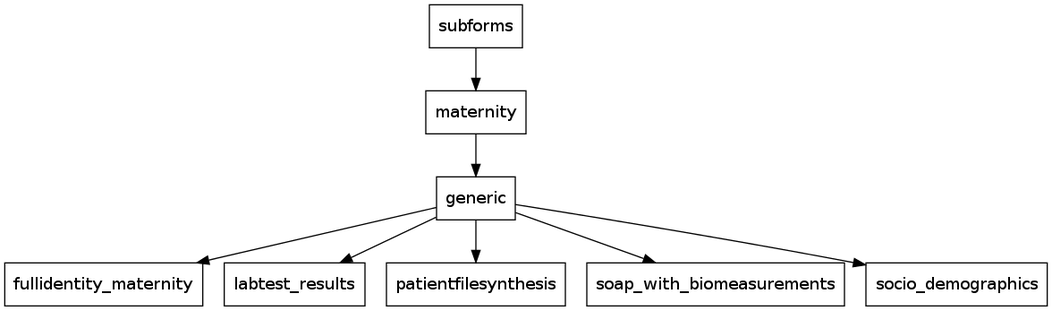
Before: dot/subforms.png, a diagram exported from Graphviz (maternite/maternite.github.io). Its source is kept beside it as dot/subforms.gv. Its diagram source:
```dot
digraph Subforms {
    subforms [shape=box];
    maternity [shape=box];
    generic [shape=box];

    fullidentity_maternity [shape=box];
    labtest_results [shape=box];
    patientfilesynthesis [shape=box];
    soap_with_biomeasurements [shape=box];
    socio_demographics [shape=box];

    subforms -> maternity -> generic

    generic ->
    {fullidentity_maternity;labtest_results;patientfilesynthesis;soap_with_biomeasurements;socio_demographics}

}
```
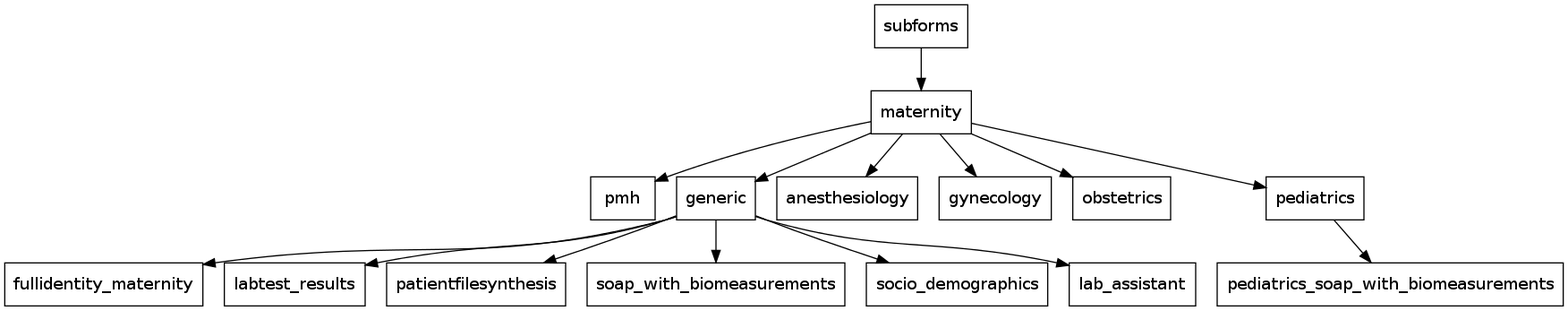
Above is the later version.

Commit message:
structure des dossiers suite

The edit, as a diff of the source:
```diff
@@ -1,17 +1,24 @@
 digraph Subforms {
     subforms [shape=box];
+    pmh [shape=box];
     maternity [shape=box];
     generic [shape=box];
+        fullidentity_maternity [shape=box];
+        labtest_results [shape=box];
+        patientfilesynthesis [shape=box];
+        soap_with_biomeasurements [shape=box];
+        socio_demographics [shape=box];
+        lab_assistant [shape=box];
+    anesthesiology [shape=box];
+    gynecology [shape=box];
+    obstetrics [shape=box];
+    pediatrics [shape=box];
+        pediatrics_soap_with_biomeasurements [shape=box];
 
-    fullidentity_maternity [shape=box];
-    labtest_results [shape=box];
-    patientfilesynthesis [shape=box];
-    soap_with_biomeasurements [shape=box];
-    socio_demographics [shape=box];
-
-    subforms -> maternity -> generic
+    subforms -> maternity -> {generic;pmh;anesthesiology;gynecology;obstetrics;pediatrics}
 
     generic ->
-    {fullidentity_maternity;labtest_results;patientfilesynthesis;soap_with_biomeasurements;socio_demographics}
+    {fullidentity_maternity;labtest_results;patientfilesynthesis;soap_with_biomeasurements;socio_demographics;lab_assistant}
 
+    pediatrics -> pediatrics_soap_with_biomeasurements
 }
```
